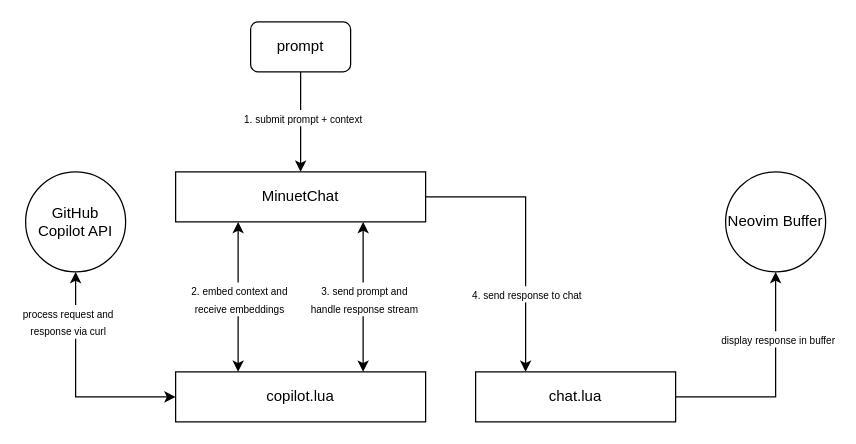
Above: structure.drawio in antraxbr666/minuet-chat.nvim (draw.io), before the change. Source tidied: cells renumbered, new cells numbered last; positions are measured from the earlier drawing's top-left corner, leaving out a move shared by most shapes. Both pictures are drawn from the tidied source at 125%, with x=0, y=0 at pixel (25, 21).
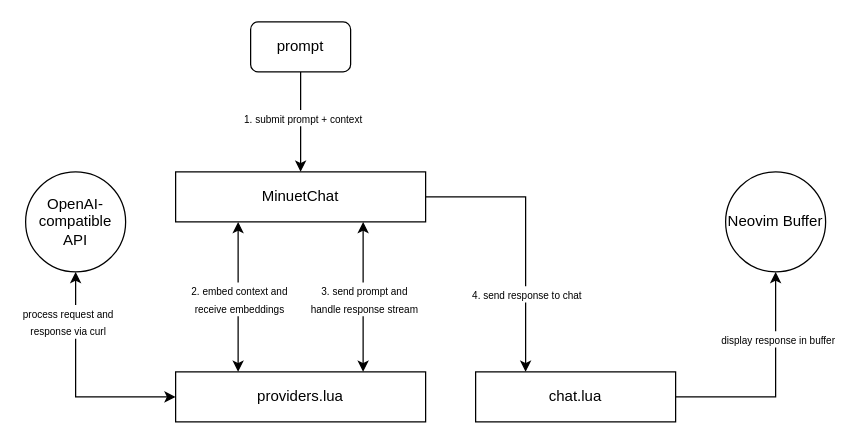
The same diagram, later.

Diff of the diagram source:
```diff
@@
-    <mxCell id="7" value="copilot.lua" style="rounded=0;whiteSpace=wrap;html=1;" parent="1" vertex="1">
+    <mxCell id="7" value="providers.lua" style="rounded=0;whiteSpace=wrap;html=1;" parent="1" vertex="1">
       <mxGeometry x="120" y="280" width="200" height="40" as="geometry" />
     </mxCell>
-    <mxCell id="8" value="GitHub Copilot API" style="ellipse;whiteSpace=wrap;html=1;" parent="1" vertex="1">
+    <mxCell id="8" value="OpenAI-compatible API" style="ellipse;whiteSpace=wrap;html=1;" parent="1" vertex="1">
       <mxGeometry y="120" width="80" height="80" as="geometry" />
     </mxCell>
```
